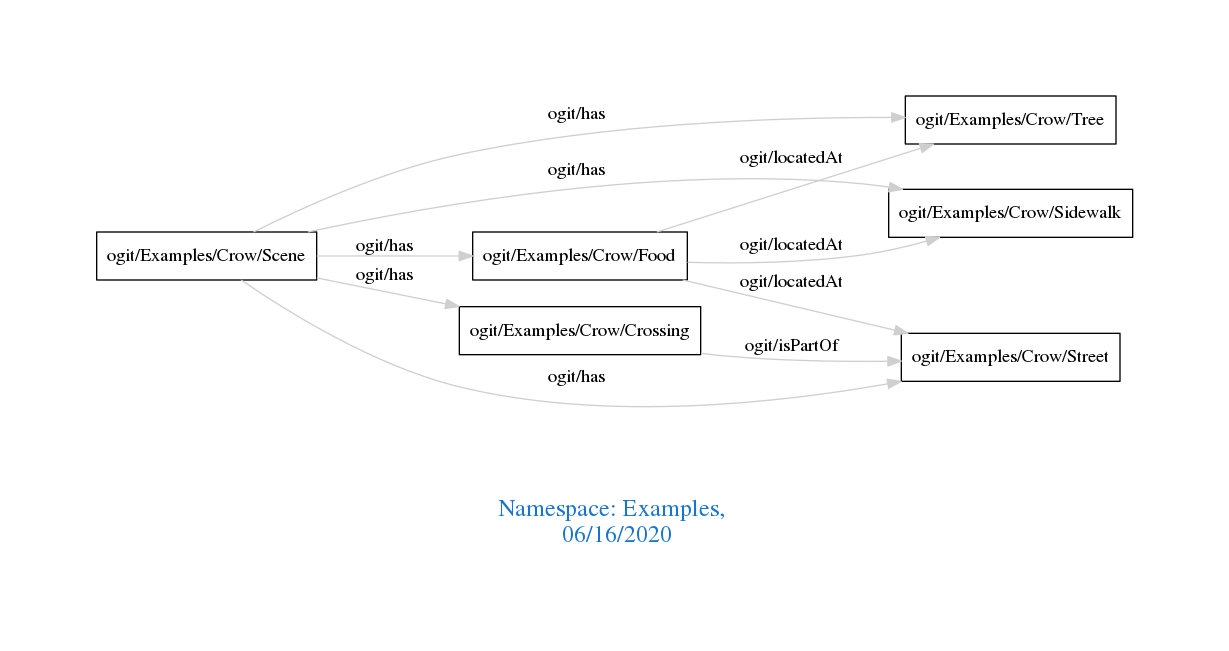
Above: downloads/Examples.png in arago/OGIT (Graphviz), before the change. Its source is kept beside it as downloads/Examples.dot.
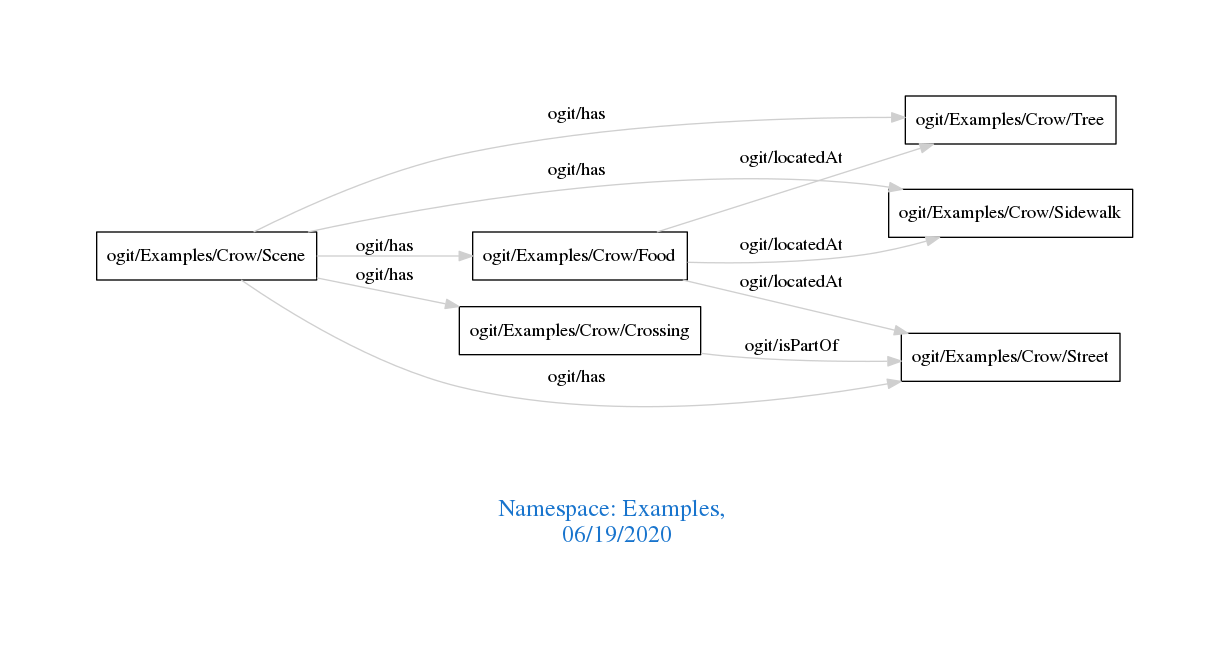
The same file after the commit.

The edit, as a diff of the source:
```diff
@@ -1,7 +1,7 @@
 digraph OGIT_ontology {
  graph [ rankdir= LR,pad=1
 fontsize = 18,
-fontcolor= dodgerblue3,label = "\n\n\nNamespace: Examples, \n 06/16/2020"];
+fontcolor= dodgerblue3,label = "\n\n\nNamespace: Examples, \n 06/19/2020"];
 node[shape=polygon];
 edge [  color="gray81"];
 
```
